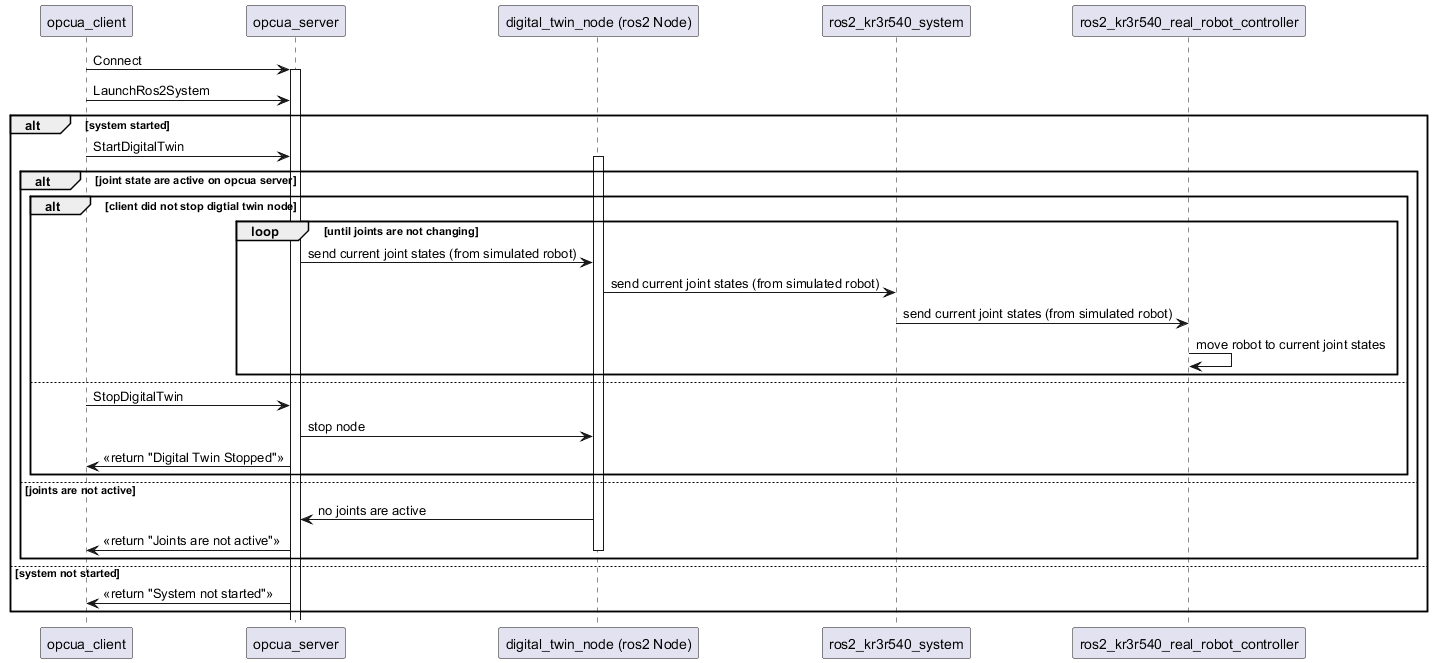
Above: Images/Local Server Sequence Diagram - Start Digital Twin.png in aialmohamed/MPA_KR3_Digital_Twin (PlantUML), before the change.
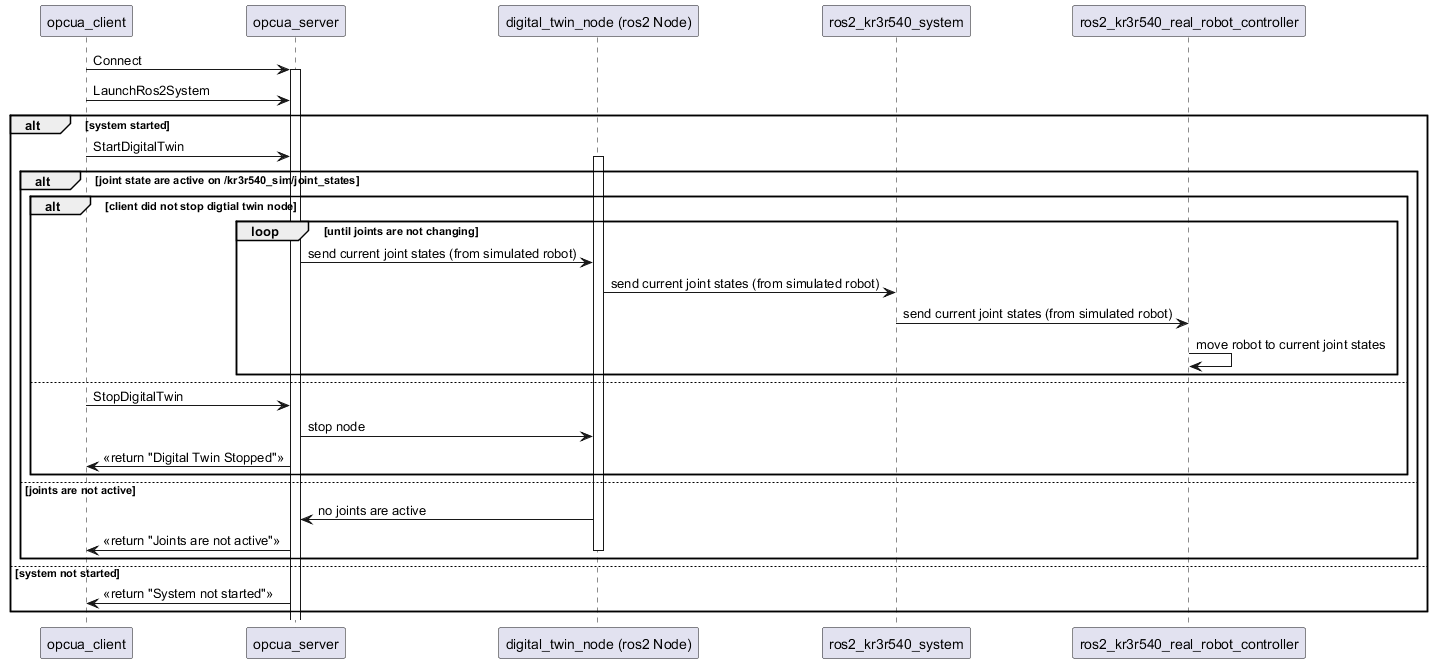
After the change.

Change to the diagram source:
```diff
@@ -12,7 +12,7 @@
 
 alt system started
     opcua_client -> opcua_server: StartDigitalTwin
-    alt joint state are active on opcua server
+    alt joint state are active on /kr3r540_sim/joint_states
         activate digital_twin_node
         alt client did not stop digtial twin node
         loop until joints are not changing
```
